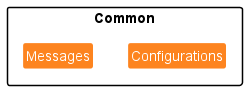
nus-cs2113-AY2223S1/tp keeps this PlantUML diagram as docs/images/ComponentCommon.png. Above is the earlier version. The source it was exported from:
```plantuml
@startuml
!include https://raw.githubusercontent.com/xzynos/tp/branch-Webpage/docs/diagrams/Styles.puml

package Common {
    Class Configurations COMMON_COLOR_1
    Class Messages COMMON_COLOR_1
}
@enduml
```
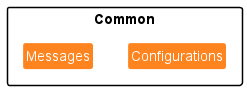
After the change.

The edit, as a diff of the source:
```diff
@@ -1,5 +1,5 @@
 @startuml
-!include https://raw.githubusercontent.com/xzynos/tp/branch-Webpage/docs/diagrams/Styles.puml
+!include Styles.puml
 
 package Common {
     Class Configurations COMMON_COLOR_1
```
